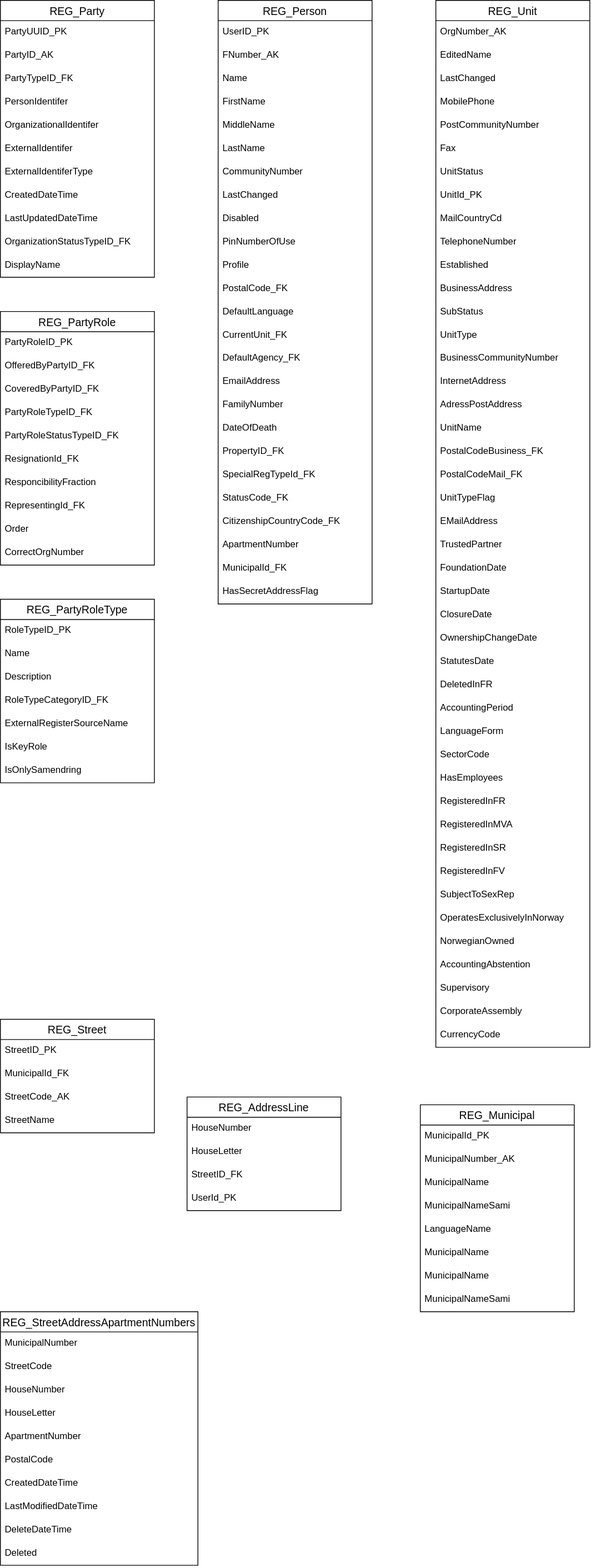
Earlier version of the draw.io export content/technology/solutions/altinn-platform/register/dbdesignaltinn3.drawio.svg (Altinn/altinn-studio-docs). Source tidied: cells renumbered, new cells last; positions are measured from the earlier drawing's top-left corner, leaving out a move shared by most shapes.
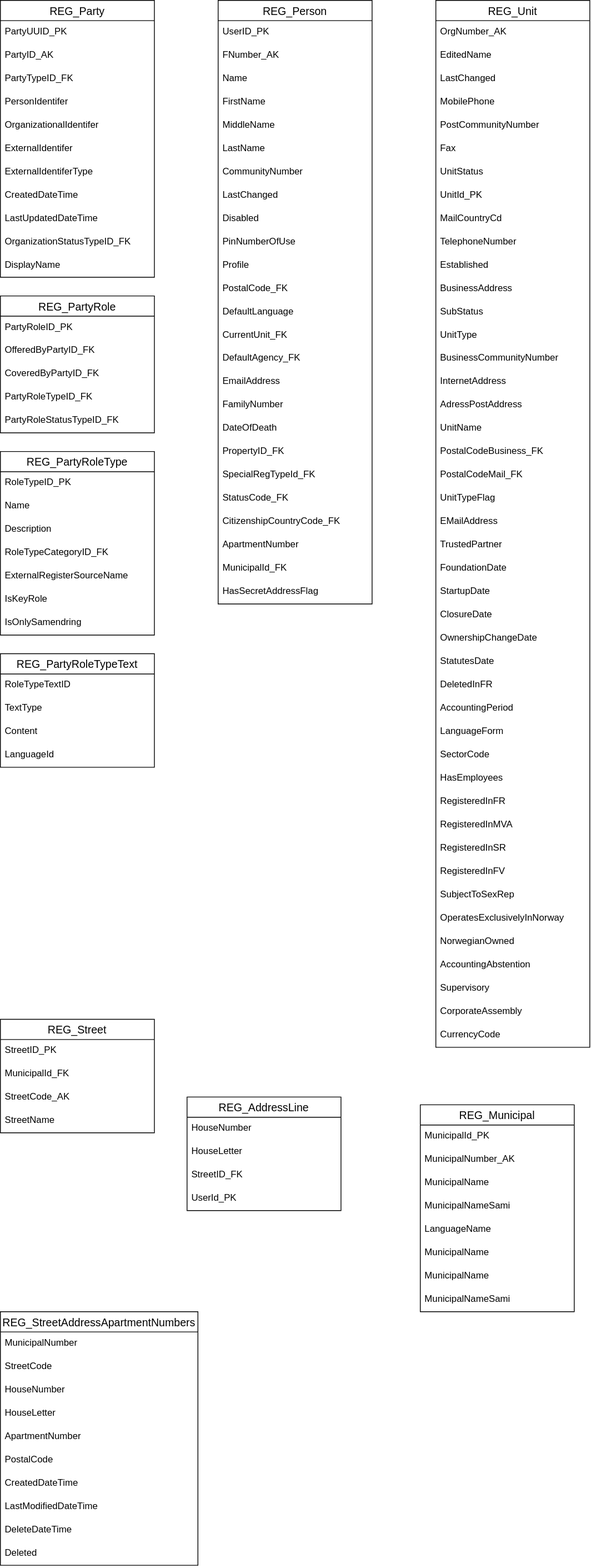
The same diagram one commit later.

Diff of the diagram source:
```diff
@@ -252,7 +252,7 @@
       <mxGeometry y="1316" width="198" height="30" as="geometry" />
     </mxCell>
     <mxCell id="85" value="REG_PartyRole" style="swimlane;fontStyle=0;horizontal=1;startSize=26;align=center;fontSize=14;" parent="1" vertex="1">
-      <mxGeometry y="400" width="198" height="326" as="geometry" />
+      <mxGeometry y="380" width="198" height="176" as="geometry" />
     </mxCell>
     <mxCell id="86" value="PartyRoleID_PK" style="text;strokeColor=none;fillColor=none;spacingLeft=4;spacingRight=4;overflow=hidden;fontSize=12;" parent="85" vertex="1">
       <mxGeometry y="26" width="198" height="30" as="geometry" />
@@ -269,23 +269,8 @@
     <mxCell id="90" value="PartyRoleStatusTypeID_FK" style="text;strokeColor=none;fillColor=none;spacingLeft=4;spacingRight=4;overflow=hidden;fontSize=12;" parent="85" vertex="1">
       <mxGeometry y="146" width="198" height="30" as="geometry" />
     </mxCell>
-    <mxCell id="91" value="ResignationId_FK" style="text;strokeColor=none;fillColor=none;spacingLeft=4;spacingRight=4;overflow=hidden;fontSize=12;" parent="85" vertex="1">
-      <mxGeometry y="176" width="198" height="30" as="geometry" />
-    </mxCell>
-    <mxCell id="92" value="ResponcibilityFraction" style="text;strokeColor=none;fillColor=none;spacingLeft=4;spacingRight=4;overflow=hidden;fontSize=12;" parent="85" vertex="1">
-      <mxGeometry y="206" width="198" height="30" as="geometry" />
-    </mxCell>
-    <mxCell id="93" value="RepresentingId_FK" style="text;strokeColor=none;fillColor=none;spacingLeft=4;spacingRight=4;overflow=hidden;fontSize=12;" parent="85" vertex="1">
-      <mxGeometry y="236" width="198" height="30" as="geometry" />
-    </mxCell>
-    <mxCell id="94" value="Order" style="text;strokeColor=none;fillColor=none;spacingLeft=4;spacingRight=4;overflow=hidden;fontSize=12;" parent="85" vertex="1">
-      <mxGeometry y="266" width="198" height="30" as="geometry" />
-    </mxCell>
-    <mxCell id="95" value="CorrectOrgNumber" style="text;strokeColor=none;fillColor=none;spacingLeft=4;spacingRight=4;overflow=hidden;fontSize=12;" parent="85" vertex="1">
-      <mxGeometry y="296" width="198" height="30" as="geometry" />
-    </mxCell>
     <mxCell id="96" value="REG_PartyRoleType" style="swimlane;fontStyle=0;horizontal=1;startSize=26;align=center;fontSize=14;" parent="1" vertex="1">
-      <mxGeometry y="770" width="198" height="236" as="geometry" />
+      <mxGeometry y="580" width="198" height="236" as="geometry" />
     </mxCell>
     <mxCell id="97" value="RoleTypeID_PK" style="text;strokeColor=none;fillColor=none;spacingLeft=4;spacingRight=4;overflow=hidden;fontSize=12;" parent="96" vertex="1">
       <mxGeometry y="26" width="198" height="30" as="geometry" />
@@ -398,5 +383,20 @@
     <mxCell id="133" value="UserId_PK" style="text;strokeColor=none;fillColor=none;spacingLeft=4;spacingRight=4;overflow=hidden;fontSize=12;" parent="129" vertex="1">
       <mxGeometry y="116" width="198" height="30" as="geometry" />
     </mxCell>
+    <mxCell id="134" value="REG_PartyRoleTypeText" style="swimlane;fontStyle=0;horizontal=1;startSize=26;align=center;fontSize=14;" parent="1" vertex="1">
+      <mxGeometry y="840" width="198" height="146" as="geometry" />
+    </mxCell>
+    <mxCell id="135" value="RoleTypeTextID    " style="text;strokeColor=none;fillColor=none;spacingLeft=4;spacingRight=4;overflow=hidden;fontSize=12;" parent="134" vertex="1">
+      <mxGeometry y="26" width="198" height="30" as="geometry" />
+    </mxCell>
+    <mxCell id="136" value="TextType" style="text;strokeColor=none;fillColor=none;spacingLeft=4;spacingRight=4;overflow=hidden;fontSize=12;" parent="134" vertex="1">
+      <mxGeometry y="56" width="198" height="30" as="geometry" />
+    </mxCell>
+    <mxCell id="137" value="Content" style="text;strokeColor=none;fillColor=none;spacingLeft=4;spacingRight=4;overflow=hidden;fontSize=12;" parent="134" vertex="1">
+      <mxGeometry y="86" width="198" height="30" as="geometry" />
+    </mxCell>
+    <mxCell id="138" value="LanguageId" style="text;strokeColor=none;fillColor=none;spacingLeft=4;spacingRight=4;overflow=hidden;fontSize=12;" parent="134" vertex="1">
+      <mxGeometry y="116" width="198" height="30" as="geometry" />
+    </mxCell>
   </root>
 </mxGraphModel>
```
